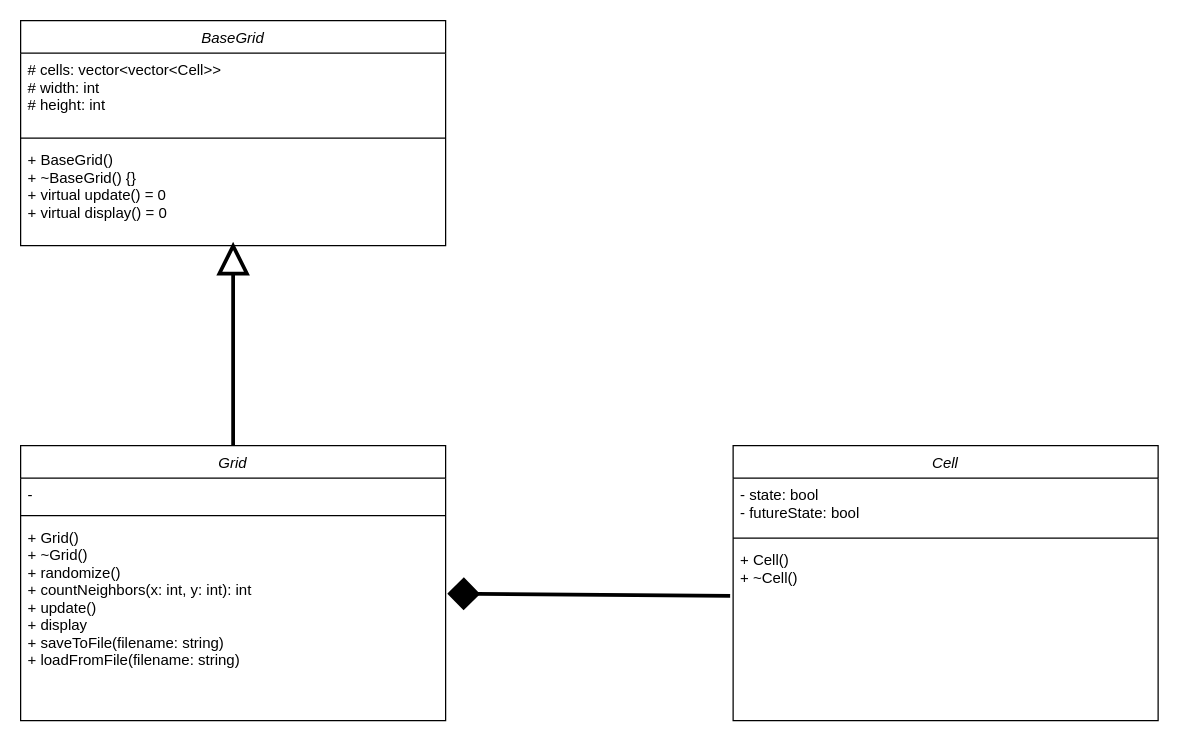
Before: GroupProject (2).drawio in Gio-Dra/CS-225-GroupProject, a draw.io diagram. Source tidied: cells renumbered, new cells numbered last; positions are measured from the earlier drawing's top-left corner, leaving out a move shared by most shapes. Both pictures are drawn from the tidied source at 125%, with x=0, y=0 at pixel (20, 20).
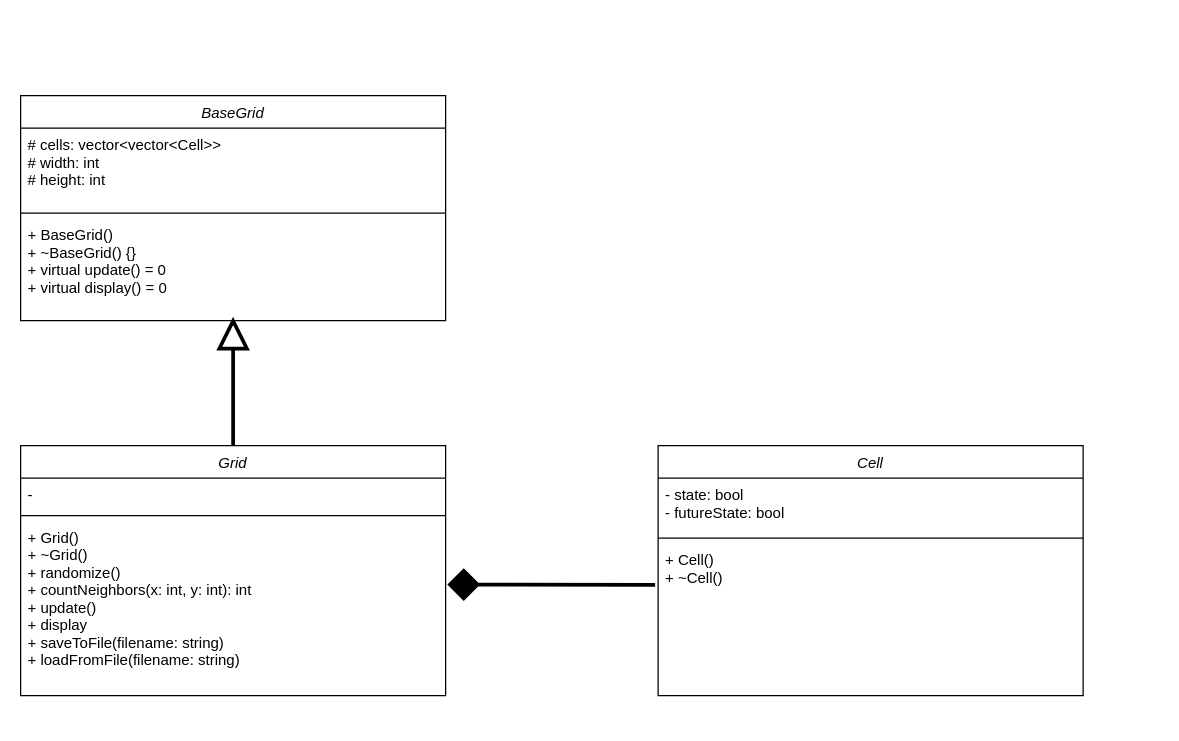
After the change.

Commit message:
Updated UML diagram

Diff of the diagram source:
```diff
@@
 <mxGraphModel>
   <root>
     <mxCell id="0" />
     <mxCell id="1" parent="0" />
     <mxCell id="2" value="Grid" style="swimlane;fontStyle=2;align=center;verticalAlign=top;horizontal=1;startSize=26;rounded=0;shadow=0;strokeWidth=1;" parent="1" vertex="1">
-      <mxGeometry y="340" width="340" height="220" as="geometry" />
+      <mxGeometry y="340" width="340" height="200" as="geometry" />
     </mxCell>
     <mxCell id="3" value="-" style="text;align=left;verticalAlign=top;spacingLeft=4;spacingRight=4;overflow=hidden;" parent="2" vertex="1">
       <mxGeometry y="26" width="340" height="26" as="geometry" />
     </mxCell>
     <mxCell id="4" style="line;html=1;strokeWidth=1;align=left;verticalAlign=middle;spacingTop=-1;spacingLeft=3;spacingRight=3;labelPosition=right;" parent="2" vertex="1">
       <mxGeometry y="52" width="340" height="8" as="geometry" />
     </mxCell>
     <mxCell id="5" value="+ Grid()&#10;+ ~Grid()&#10;+ randomize()&#10;+ countNeighbors(x: int, y: int): int&#10;+ update()&#10;+ display&#10;+ saveToFile(filename: string)&#10;+ loadFromFile(filename: string)" style="text;align=left;verticalAlign=top;spacingLeft=4;spacingRight=4;overflow=hidden;points=[[0,0.5],[1,0.5]];portConstraint=eastwest;" parent="2" vertex="1">
-      <mxGeometry y="60" width="340" height="160" as="geometry" />
+      <mxGeometry y="60" width="340" height="140" as="geometry" />
     </mxCell>
     <mxCell id="6" value="Cell" style="swimlane;fontStyle=2;align=center;verticalAlign=top;horizontal=1;startSize=26;rounded=0;shadow=0;strokeWidth=1;" parent="1" vertex="1">
-      <mxGeometry x="570" y="340" width="340" height="220" as="geometry" />
+      <mxGeometry x="510" y="340" width="340" height="200" as="geometry" />
     </mxCell>
     <mxCell id="7" value="- state: bool&#10;- futureState: bool" style="text;align=left;verticalAlign=top;spacingLeft=4;spacingRight=4;overflow=hidden;" parent="6" vertex="1">
       <mxGeometry y="26" width="340" height="44" as="geometry" />
     </mxCell>
     <mxCell id="8" style="line;html=1;strokeWidth=1;align=left;verticalAlign=middle;spacingTop=-1;spacingLeft=3;spacingRight=3;labelPosition=right;" parent="6" vertex="1">
       <mxGeometry y="70" width="340" height="8" as="geometry" />
     </mxCell>
     <mxCell id="9" value="+ Cell()&#10;+ ~Cell()" style="text;align=left;verticalAlign=top;spacingLeft=4;spacingRight=4;overflow=hidden;points=[[0,0.5],[1,0.5]];portConstraint=eastwest;" parent="6" vertex="1">
-      <mxGeometry y="78" width="340" height="142" as="geometry" />
+      <mxGeometry y="78" width="340" height="122" as="geometry" />
     </mxCell>
     <mxCell id="10" style="rounded=0;jettySize=auto;html=1;strokeWidth=3;endArrow=block;endFill=0;startSize=8;endSize=19;exitX=0.5;exitY=0;exitDx=0;exitDy=0;entryX=0.5;entryY=0.963;entryDx=0;entryDy=0;entryPerimeter=0;" parent="1" edge="1" source="2" target="14">
       <mxGeometry relative="1" as="geometry" />
     </mxCell>
     <mxCell id="11" value="BaseGrid" style="swimlane;fontStyle=2;align=center;verticalAlign=top;horizontal=1;startSize=26;rounded=0;shadow=0;strokeWidth=1;" parent="1" vertex="1">
-      <mxGeometry width="340" height="180" as="geometry" />
+      <mxGeometry y="60" width="340" height="180" as="geometry" />
     </mxCell>
     <mxCell id="12" value="# cells: vector&lt;vector&lt;Cell&gt;&gt;&#10;# width: int&#10;# height: int" style="text;align=left;verticalAlign=top;spacingLeft=4;spacingRight=4;overflow=hidden;" parent="11" vertex="1">
       <mxGeometry y="26" width="340" height="64" as="geometry" />
     </mxCell>
     <mxCell id="13" style="line;html=1;strokeWidth=1;align=left;verticalAlign=middle;spacingTop=-1;spacingLeft=3;spacingRight=3;labelPosition=right;" parent="11" vertex="1">
       <mxGeometry y="90" width="340" height="8" as="geometry" />
     </mxCell>
     <mxCell id="14" value="+ BaseGrid()&#10;+ ~BaseGrid() {}&#10;+ virtual update() = 0&#10;+ virtual display() = 0" style="text;align=left;verticalAlign=top;spacingLeft=4;spacingRight=4;overflow=hidden;points=[[0,0.5],[1,0.5]];portConstraint=eastwest;" parent="11" vertex="1">
       <mxGeometry y="98" width="340" height="82" as="geometry" />
     </mxCell>
-    <mxCell id="15" style="rounded=0;jettySize=auto;html=1;strokeWidth=3;endArrow=diamond;endFill=1;startSize=8;endSize=19;entryX=1.004;entryY=0.365;entryDx=0;entryDy=0;entryPerimeter=0;exitX=-0.007;exitY=0.297;exitDx=0;exitDy=0;exitPerimeter=0;" parent="1" edge="1" source="9" target="5">
+    <mxCell id="15" style="rounded=0;jettySize=auto;html=1;strokeWidth=3;endArrow=diamond;endFill=1;startSize=8;endSize=19;entryX=1.004;entryY=0.365;entryDx=0;entryDy=0;entryPerimeter=0;exitX=-0.007;exitY=0.274;exitDx=0;exitDy=0;exitPerimeter=0;" parent="1" edge="1" source="9" target="5">
       <mxGeometry relative="1" as="geometry" />
     </mxCell>
   </root>
 </mxGraphModel>
```
